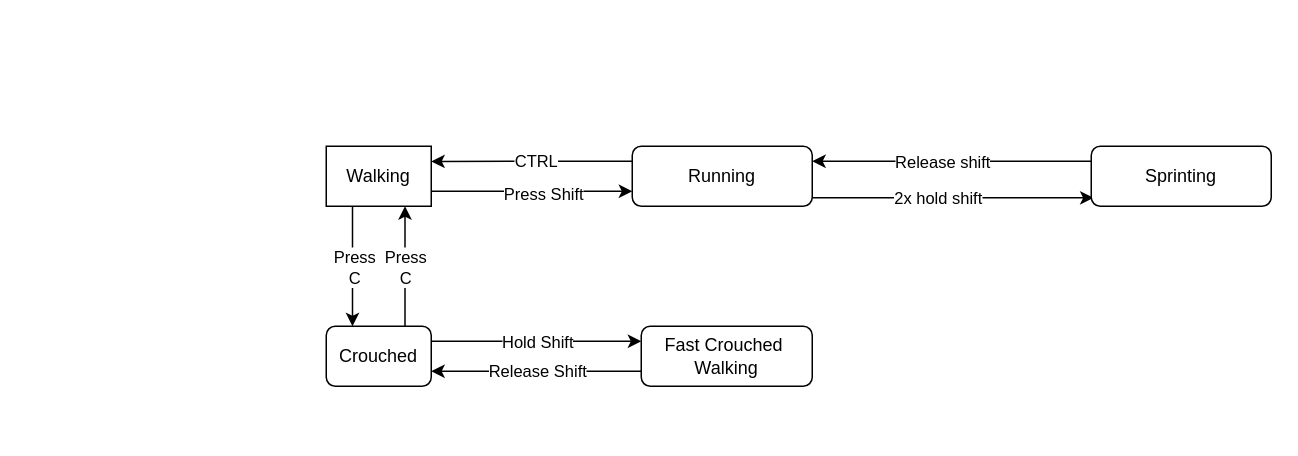
Before: page "[FSM] Movimentação" (1 of 2) of 1nnocent.drawio in Hollow-Ice-Studio/GitInitials, a draw.io diagram. Source tidied: cells renumbered, new cells numbered last; positions are measured from the earlier drawing's top-left corner, leaving out a move shared by most shapes. Both pictures are drawn from the tidied source at 150%, with x=0, y=0 at pixel (326, 146).
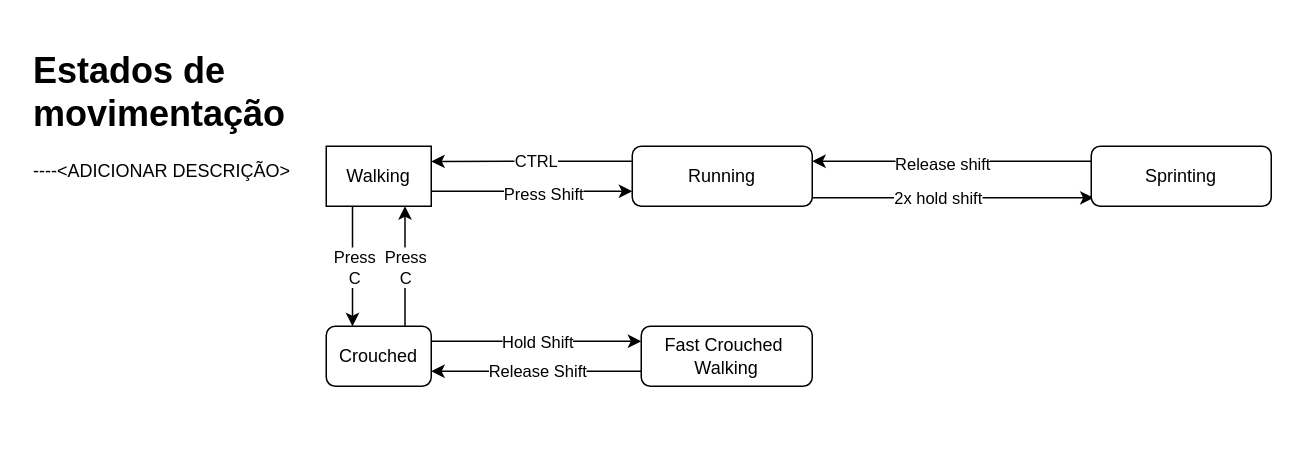
After the change.

Commit message:
WIP: Adicionado diagrama UML

The edit, as a diff of the source:
```diff
@@
+    <mxCell id="23" value="&lt;h1&gt;Estados de movimentação&lt;/h1&gt;&lt;p&gt;----&amp;lt;ADICIONAR DESCRIÇÃO&amp;gt;&lt;/p&gt;" style="text;html=1;strokeColor=none;fillColor=none;spacing=5;spacingTop=-20;whiteSpace=wrap;overflow=hidden;rounded=0;" parent="1" vertex="1">
+      <mxGeometry x="-200" y="-70" width="190" height="260" as="geometry" />
+    </mxCell>
```
